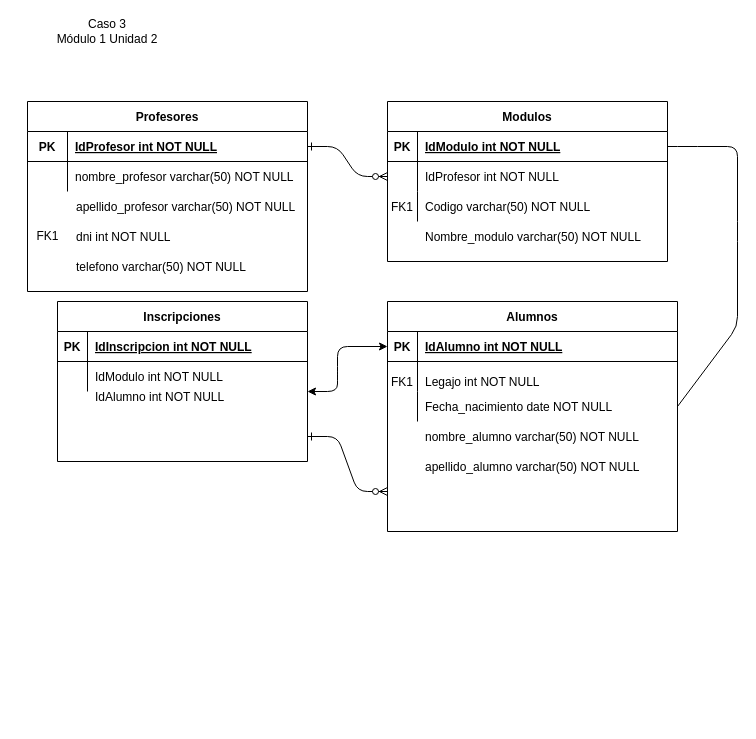
Before: Unidad 1/Unidad 3/Conceptuales/Caso_3.drawio in gvdiaz/Curso_SQL, a draw.io diagram. Source tidied: cells renumbered, new cells numbered last; positions are measured from the earlier drawing's top-left corner, leaving out a move shared by most shapes. Both pictures are drawn from the tidied source at 100%, with x=0, y=0 at pixel (27, 21).
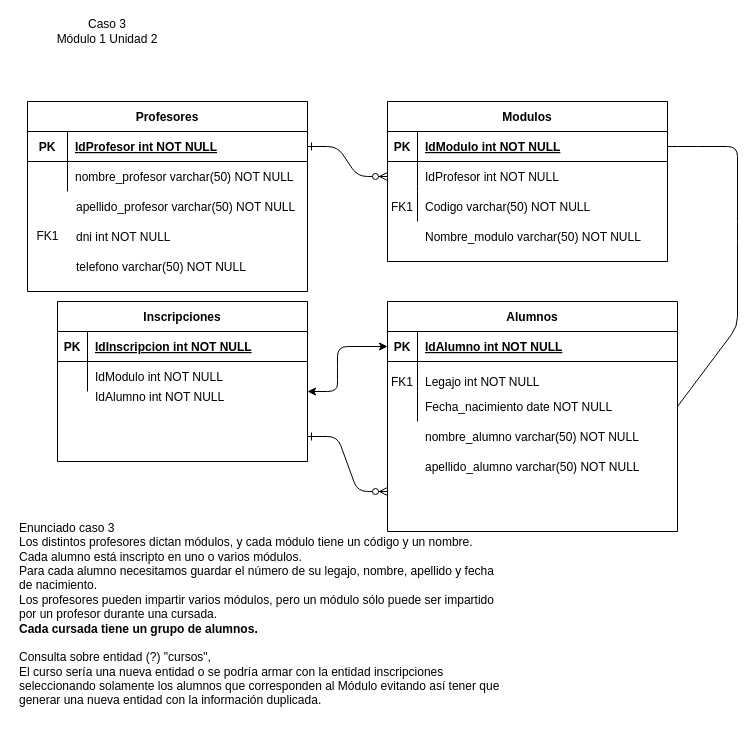
Above is the later version.

Commit message:
Agergué consulta en diagrama

Diff of the diagram source:
```diff
@@
+    <mxCell id="53" value="&lt;div align=&quot;left&quot;&gt;Enunciado caso 3&lt;br&gt;&lt;/div&gt;&lt;div align=&quot;left&quot;&gt;Los distintos profesores dictan módulos, y cada módulo tiene un código y un nombre.&lt;br&gt;Cada alumno está inscripto en uno o varios módulos.&lt;br&gt;Para cada alumno necesitamos guardar el número de su legajo, nombre, apellido y fecha&lt;br&gt;de nacimiento.&lt;br&gt;Los profesores pueden impartir varios módulos, pero un módulo sólo puede ser impartido&lt;br&gt;por un profesor durante una cursada.&lt;br&gt;&lt;b&gt;Cada cursada tiene un grupo de alumnos.&lt;/b&gt;&lt;/div&gt;&lt;div align=&quot;left&quot;&gt;&lt;br&gt;&lt;/div&gt;&lt;div align=&quot;left&quot;&gt;Consulta sobre entidad (?) &quot;cursos&quot;,&lt;/div&gt;&lt;div align=&quot;left&quot;&gt;El curso sería una nueva entidad o se podría armar con la entidad inscripciones seleccionando solamente los alumnos que corresponden al Módulo evitando así tener que generar una nueva entidad con la información duplicada.&lt;br&gt;&lt;/div&gt;&lt;div align=&quot;left&quot;&gt;&lt;br&gt;&lt;/div&gt;" style="text;html=1;strokeColor=none;fillColor=none;align=left;verticalAlign=middle;whiteSpace=wrap;rounded=0;" parent="1" vertex="1">
+      <mxGeometry x="-10" y="520" width="490" height="160" as="geometry" />
+    </mxCell>
```
